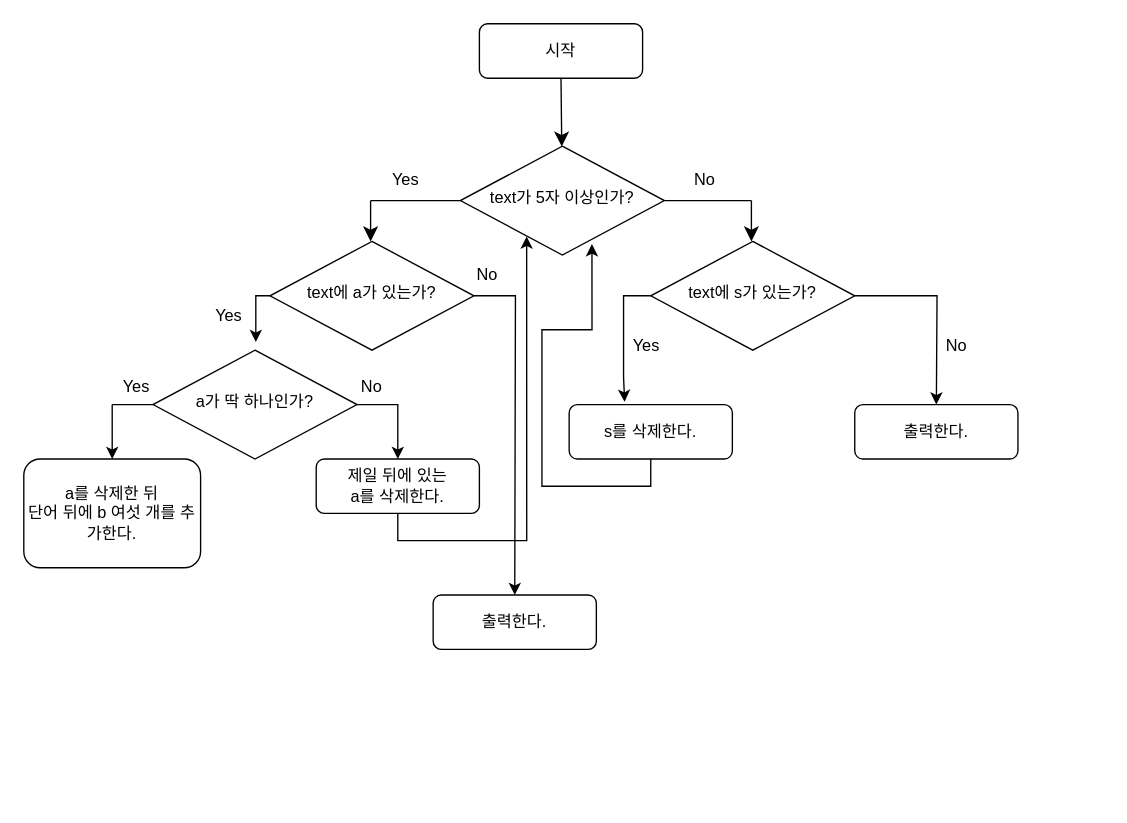
This is draw.io/clubProblem.drawio from HyeeunKim07/assessment, a draw.io file, before an edit. Source tidied: cells renumbered, new cells numbered last; positions are measured from the earlier drawing's top-left corner, leaving out a move shared by most shapes. Both pictures are drawn from the tidied source at 136%, with x=0, y=0 at pixel (23, 23).
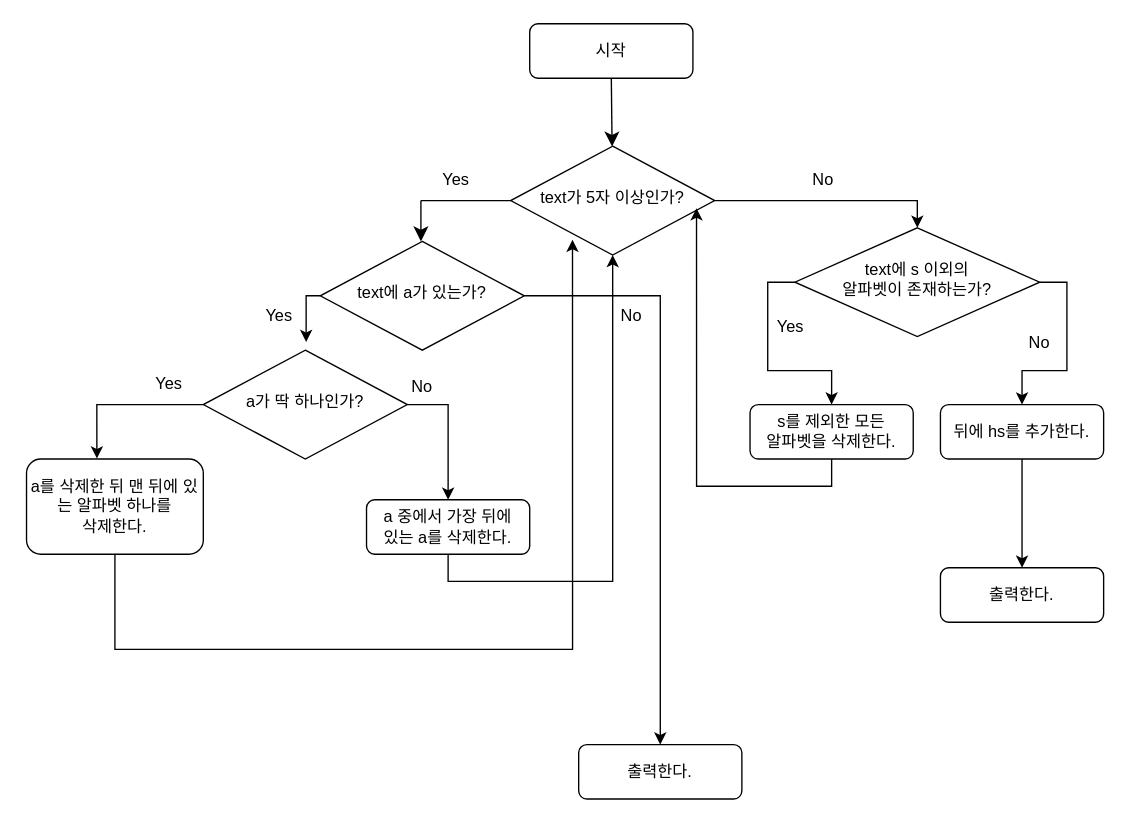
The same page after the edit.

Change to the diagram source:
```diff
@@
     <mxCell id="2" value="시작" style="rounded=1;whiteSpace=wrap;html=1;fontSize=12;glass=0;strokeWidth=1;shadow=0;" parent="1" vertex="1">
-      <mxGeometry x="335" width="120" height="40" as="geometry" />
+      <mxGeometry x="372" width="120" height="40" as="geometry" />
     </mxCell>
+    <mxCell id="34" style="edgeStyle=orthogonalEdgeStyle;rounded=0;jettySize=auto;html=1;exitX=1;exitY=0.5;exitDx=0;exitDy=0;entryX=0.5;entryY=0;entryDx=0;entryDy=0;" parent="1" edge="1" source="3" target="27">
+      <mxGeometry relative="1" as="geometry" />
+    </mxCell>
     <mxCell id="3" value="text가 5자 이상인가?" style="rhombus;whiteSpace=wrap;html=1;shadow=0;fontFamily=Helvetica;fontSize=12;align=center;strokeWidth=1;spacing=6;spacingTop=-4;" parent="1" vertex="1">
-      <mxGeometry x="321" y="90" width="150" height="80" as="geometry" />
+      <mxGeometry x="358" y="90" width="150" height="80" as="geometry" />
     </mxCell>
     <mxCell id="4" style="endArrow=none;html=1;rounded=0;fontSize=12;startSize=8;endSize=8;curved=1;entryX=0;entryY=0.5;entryDx=0;entryDy=0;" parent="1" edge="1" target="3">
       <mxGeometry relative="1" as="geometry">
-        <mxPoint x="255" y="130" as="sourcePoint" />
+        <mxPoint x="292" y="130" as="sourcePoint" />
       </mxGeometry>
     </mxCell>
     <mxCell id="5" style="endArrow=classic;html=1;rounded=0;fontSize=12;startSize=8;endSize=8;curved=1;" parent="1" edge="1">
       <mxGeometry relative="1" as="geometry">
-        <mxPoint x="255" y="130" as="sourcePoint" />
-        <mxPoint x="255" y="160" as="targetPoint" />
+        <mxPoint x="292" y="130" as="sourcePoint" />
+        <mxPoint x="292" y="160" as="targetPoint" />
       </mxGeometry>
     </mxCell>
@@
-    <mxCell id="7" style="endArrow=none;html=1;rounded=0;fontSize=12;startSize=8;endSize=8;curved=1;exitX=1;exitY=0.5;exitDx=0;exitDy=0;" parent="1" edge="1" source="3">
-      <mxGeometry relative="1" as="geometry">
-        <mxPoint x="535" y="130" as="targetPoint" />
-      </mxGeometry>
-    </mxCell>
-    <mxCell id="8" style="endArrow=classic;html=1;rounded=0;fontSize=12;startSize=8;endSize=8;curved=1;" parent="1" edge="1">
-      <mxGeometry relative="1" as="geometry">
-        <mxPoint x="535" y="130" as="sourcePoint" />
-        <mxPoint x="535" y="160" as="targetPoint" />
-      </mxGeometry>
-    </mxCell>
@@
+    <mxCell id="35" style="edgeStyle=orthogonalEdgeStyle;rounded=0;jettySize=auto;html=1;exitX=0;exitY=0.5;exitDx=0;exitDy=0;entryX=0.398;entryY=-0.005;entryDx=0;entryDy=0;entryPerimeter=0;" parent="1" edge="1" source="10" target="11">
+      <mxGeometry relative="1" as="geometry" />
+    </mxCell>
     <mxCell id="10" value="a가 딱 하나인가?" style="rhombus;whiteSpace=wrap;html=1;shadow=0;fontFamily=Helvetica;fontSize=12;align=center;strokeWidth=1;spacing=6;spacingTop=-4;" parent="1" vertex="1">
-      <mxGeometry x="95" y="240" width="150" height="80" as="geometry" />
+      <mxGeometry x="132" y="240" width="150" height="80" as="geometry" />
     </mxCell>
-    <mxCell id="11" value="a를 삭제한 뒤&lt;div&gt;단어 뒤에 b 여섯 개를 추가한다.&lt;/div&gt;" style="rounded=1;whiteSpace=wrap;html=1;fontSize=12;glass=0;strokeWidth=1;shadow=0;" parent="1" vertex="1">
-      <mxGeometry y="320" width="130" height="80" as="geometry" />
+    <mxCell id="11" value="a를 삭제한 뒤 맨 뒤에 있는 알파벳 하나를&lt;div&gt;삭제한다&lt;span style=&quot;background-color: initial;&quot;&gt;.&lt;/span&gt;&lt;/div&gt;" style="rounded=1;whiteSpace=wrap;html=1;fontSize=12;glass=0;strokeWidth=1;shadow=0;" parent="1" vertex="1">
+      <mxGeometry x="2" y="320" width="130" height="70" as="geometry" />
     </mxCell>
-    <mxCell id="12" value="제일 뒤에 있는&lt;div&gt;a를 삭제한다.&lt;/div&gt;" style="rounded=1;whiteSpace=wrap;html=1;fontSize=12;glass=0;strokeWidth=1;shadow=0;" parent="1" vertex="1">
-      <mxGeometry x="215" y="320" width="120" height="40" as="geometry" />
+    <mxCell id="12" value="a 중에서 가장 뒤에&lt;div&gt;있는&amp;nbsp;&lt;span style=&quot;background-color: initial;&quot;&gt;a를 삭제한다.&lt;/span&gt;&lt;/div&gt;" style="rounded=1;whiteSpace=wrap;html=1;fontSize=12;glass=0;strokeWidth=1;shadow=0;" parent="1" vertex="1">
+      <mxGeometry x="252" y="350" width="120" height="40" as="geometry" />
     </mxCell>
-    <mxCell id="13" style="endArrow=none;html=1;rounded=0;fontSize=12;startSize=8;endSize=8;curved=1;exitX=0;exitY=0.5;exitDx=0;exitDy=0;" parent="1" edge="1" source="10">
-      <mxGeometry relative="1" as="geometry">
-        <mxPoint x="65" y="280" as="targetPoint" />
-      </mxGeometry>
-    </mxCell>
-    <mxCell id="14" style="endArrow=classic;html=1;rounded=0;entryX=0.5;entryY=0;entryDx=0;entryDy=0;" parent="1" edge="1" target="11">
-      <mxGeometry relative="1" as="geometry">
-        <mxPoint x="65" y="280" as="sourcePoint" />
-      </mxGeometry>
-    </mxCell>
-    <mxCell id="15" style="edgeStyle=orthogonalEdgeStyle;rounded=0;jettySize=auto;html=1;exitX=1;exitY=0.5;exitDx=0;exitDy=0;" parent="1" edge="1" source="16">
-      <mxGeometry relative="1" as="geometry">
-        <mxPoint x="361" y="420" as="targetPoint" />
-      </mxGeometry>
+    <mxCell id="15" style="edgeStyle=orthogonalEdgeStyle;rounded=0;jettySize=auto;html=1;exitX=1;exitY=0.5;exitDx=0;exitDy=0;entryX=0.5;entryY=0;entryDx=0;entryDy=0;" parent="1" edge="1" source="16" target="23">
+      <mxGeometry relative="1" as="geometry" />
     </mxCell>
     <mxCell id="16" value="text에 a가 있는가?" style="rhombus;whiteSpace=wrap;html=1;shadow=0;fontFamily=Helvetica;fontSize=12;align=center;strokeWidth=1;spacing=6;spacingTop=-4;" parent="1" vertex="1">
-      <mxGeometry x="181" y="160" width="150" height="80" as="geometry" />
+      <mxGeometry x="218" y="160" width="150" height="80" as="geometry" />
     </mxCell>
@@
     <mxCell id="18" value="Yes" style="text;html=1;align=center;verticalAlign=middle;whiteSpace=wrap;rounded=0;" parent="1" vertex="1">
-      <mxGeometry x="251" y="100" width="60" height="30" as="geometry" />
+      <mxGeometry x="288" y="100" width="60" height="30" as="geometry" />
     </mxCell>
     <mxCell id="19" value="No" style="text;html=1;align=center;verticalAlign=middle;whiteSpace=wrap;rounded=0;" parent="1" vertex="1">
-      <mxGeometry x="471" y="100" width="60" height="30" as="geometry" />
+      <mxGeometry x="558" y="100" width="60" height="30" as="geometry" />
     </mxCell>
     <mxCell id="20" value="Yes" style="text;html=1;align=center;verticalAlign=middle;whiteSpace=wrap;rounded=0;" parent="1" vertex="1">
-      <mxGeometry x="121" y="200" width="60" height="30" as="geometry" />
+      <mxGeometry x="158" y="200" width="60" height="30" as="geometry" />
     </mxCell>
     <mxCell id="21" value="Yes" style="text;html=1;align=center;verticalAlign=middle;whiteSpace=wrap;rounded=0;" parent="1" vertex="1">
-      <mxGeometry x="53" y="252" width="60" height="30" as="geometry" />
+      <mxGeometry x="77" y="250" width="60" height="30" as="geometry" />
     </mxCell>
     <mxCell id="22" value="No" style="text;html=1;align=center;verticalAlign=middle;whiteSpace=wrap;rounded=0;" parent="1" vertex="1">
-      <mxGeometry x="226" y="252" width="60" height="30" as="geometry" />
+      <mxGeometry x="263" y="252" width="60" height="30" as="geometry" />
     </mxCell>
     <mxCell id="23" value="출력한다." style="rounded=1;whiteSpace=wrap;html=1;fontSize=12;glass=0;strokeWidth=1;shadow=0;" parent="1" vertex="1">
-      <mxGeometry x="301" y="420" width="120" height="40" as="geometry" />
+      <mxGeometry x="408" y="530" width="120" height="40" as="geometry" />
     </mxCell>
     <mxCell id="24" value="No" style="text;html=1;align=center;verticalAlign=middle;whiteSpace=wrap;rounded=0;" parent="1" vertex="1">
-      <mxGeometry x="311" y="170" width="60" height="30" as="geometry" />
+      <mxGeometry x="417" y="200" width="60" height="30" as="geometry" />
     </mxCell>
-    <mxCell id="25" style="edgeStyle=orthogonalEdgeStyle;rounded=0;jettySize=auto;html=1;exitX=1;exitY=0.5;exitDx=0;exitDy=0;" parent="1" edge="1" source="27">
-      <mxGeometry relative="1" as="geometry">
-        <mxPoint x="671" y="280" as="targetPoint" />
-      </mxGeometry>
-    </mxCell>
-    <mxCell id="26" style="edgeStyle=orthogonalEdgeStyle;rounded=0;jettySize=auto;html=1;exitX=0;exitY=0.5;exitDx=0;exitDy=0;entryX=0.34;entryY=-0.05;entryDx=0;entryDy=0;entryPerimeter=0;" parent="1" edge="1" source="27" target="28">
+    <mxCell id="26" style="edgeStyle=orthogonalEdgeStyle;rounded=0;jettySize=auto;html=1;exitX=0;exitY=0.5;exitDx=0;exitDy=0;entryX=0.5;entryY=0;entryDx=0;entryDy=0;" parent="1" edge="1" source="27" target="28">
       <mxGeometry relative="1" as="geometry" />
     </mxCell>
+    <mxCell id="36" style="edgeStyle=orthogonalEdgeStyle;rounded=0;jettySize=auto;html=1;exitX=1;exitY=0.5;exitDx=0;exitDy=0;entryX=0.5;entryY=0;entryDx=0;entryDy=0;" parent="1" edge="1" source="27" target="29">
+      <mxGeometry relative="1" as="geometry" />
+    </mxCell>
-    <mxCell id="27" value="text에 s가 있는가?" style="rhombus;whiteSpace=wrap;html=1;shadow=0;fontFamily=Helvetica;fontSize=12;align=center;strokeWidth=1;spacing=6;spacingTop=-4;" parent="1" vertex="1">
-      <mxGeometry x="461" y="160" width="150" height="80" as="geometry" />
+    <mxCell id="27" value="text에 s 이외의&lt;div&gt;알파벳이&amp;nbsp;&lt;span style=&quot;background-color: initial;&quot;&gt;존재하는가?&lt;/span&gt;&lt;/div&gt;" style="rhombus;whiteSpace=wrap;html=1;shadow=0;fontFamily=Helvetica;fontSize=12;align=center;strokeWidth=1;spacing=6;spacingTop=-4;" parent="1" vertex="1">
+      <mxGeometry x="567" y="150" width="180" height="80" as="geometry" />
     </mxCell>
-    <mxCell id="28" value="s를 삭제한다." style="rounded=1;whiteSpace=wrap;html=1;fontSize=12;glass=0;strokeWidth=1;shadow=0;" parent="1" vertex="1">
-      <mxGeometry x="401" y="280" width="120" height="40" as="geometry" />
+    <mxCell id="28" value="s를 제외한 모든&lt;div&gt;알파벳을 삭제한다.&lt;/div&gt;" style="rounded=1;whiteSpace=wrap;html=1;fontSize=12;glass=0;strokeWidth=1;shadow=0;" parent="1" vertex="1">
+      <mxGeometry x="534" y="280" width="120" height="40" as="geometry" />
     </mxCell>
+    <mxCell id="37" style="edgeStyle=orthogonalEdgeStyle;rounded=0;jettySize=auto;html=1;exitX=0.5;exitY=1;exitDx=0;exitDy=0;" parent="1" edge="1" source="29">
+      <mxGeometry relative="1" as="geometry">
+        <mxPoint x="734" y="400" as="targetPoint" />
+      </mxGeometry>
+    </mxCell>
-    <mxCell id="29" value="출력한다." style="rounded=1;whiteSpace=wrap;html=1;fontSize=12;glass=0;strokeWidth=1;shadow=0;" parent="1" vertex="1">
-      <mxGeometry x="611" y="280" width="120" height="40" as="geometry" />
+    <mxCell id="29" value="뒤에 hs를 추가한다." style="rounded=1;whiteSpace=wrap;html=1;fontSize=12;glass=0;strokeWidth=1;shadow=0;" parent="1" vertex="1">
+      <mxGeometry x="674" y="280" width="120" height="40" as="geometry" />
     </mxCell>
     <mxCell id="30" value="Yes" style="text;html=1;align=center;verticalAlign=middle;whiteSpace=wrap;rounded=0;" parent="1" vertex="1">
-      <mxGeometry x="428" y="222" width="60" height="30" as="geometry" />
+      <mxGeometry x="534" y="208" width="60" height="30" as="geometry" />
     </mxCell>
     <mxCell id="31" value="No" style="text;html=1;align=center;verticalAlign=middle;whiteSpace=wrap;rounded=0;" parent="1" vertex="1">
-      <mxGeometry x="656" y="222" width="60" height="30" as="geometry" />
+      <mxGeometry x="717" y="220" width="60" height="30" as="geometry" />
     </mxCell>
+    <mxCell id="33" style="edgeStyle=orthogonalEdgeStyle;rounded=0;jettySize=auto;html=1;exitX=0.5;exitY=1;exitDx=0;exitDy=0;entryX=0.5;entryY=1;entryDx=0;entryDy=0;" parent="1" edge="1" source="12" target="3">
+      <mxGeometry relative="1" as="geometry" />
+    </mxCell>
-    <mxCell id="32" style="edgeStyle=orthogonalEdgeStyle;rounded=0;jettySize=auto;html=1;exitX=0.5;exitY=1;exitDx=0;exitDy=0;entryX=0.645;entryY=0.9;entryDx=0;entryDy=0;entryPerimeter=0;" parent="1" edge="1" source="28" target="3">
+    <mxCell id="32" style="edgeStyle=orthogonalEdgeStyle;rounded=0;jettySize=auto;html=1;exitX=0.5;exitY=1;exitDx=0;exitDy=0;entryX=0.911;entryY=0.57;entryDx=0;entryDy=0;entryPerimeter=0;" parent="1" edge="1" source="28" target="3">
       <mxGeometry relative="1" as="geometry" />
     </mxCell>
-    <mxCell id="33" style="edgeStyle=orthogonalEdgeStyle;rounded=0;jettySize=auto;html=1;exitX=0.5;exitY=1;exitDx=0;exitDy=0;entryX=0.325;entryY=0.83;entryDx=0;entryDy=0;entryPerimeter=0;" parent="1" edge="1" source="12" target="3">
-      <mxGeometry relative="1" as="geometry" />
-    </mxCell>
+    <mxCell id="38" style="edgeStyle=orthogonalEdgeStyle;rounded=0;jettySize=auto;html=1;exitX=0.5;exitY=1;exitDx=0;exitDy=0;entryX=0.303;entryY=0.86;entryDx=0;entryDy=0;entryPerimeter=0;" parent="1" edge="1" source="11" target="3">
+      <mxGeometry relative="1" as="geometry">
+        <Array as="points">
+          <mxPoint x="67" y="460" />
+          <mxPoint x="404" y="460" />
+        </Array>
+      </mxGeometry>
+    </mxCell>
+    <mxCell id="39" value="출력한다." style="rounded=1;whiteSpace=wrap;html=1;fontSize=12;glass=0;strokeWidth=1;shadow=0;" parent="1" vertex="1">
+      <mxGeometry x="674" y="400" width="120" height="40" as="geometry" />
+    </mxCell>
```
